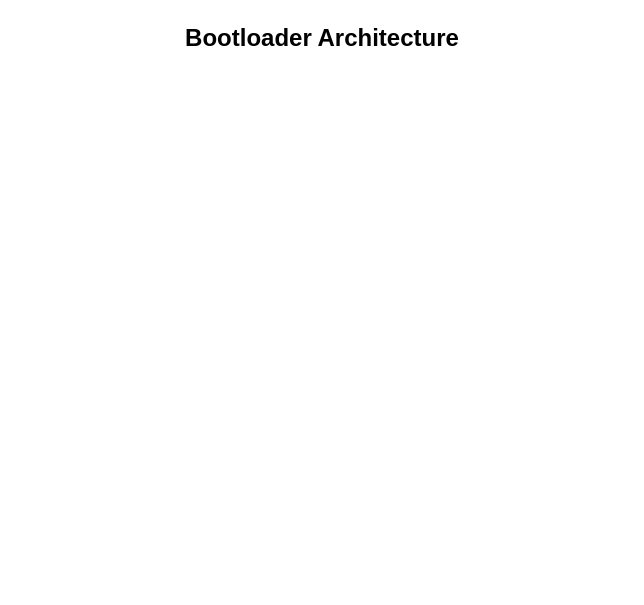
brajogopal/HEXBOOT_F0 keeps this draw.io diagram as page "06 - Bootloader Architecture" (6 of 9) of docs/Architecture.drawio. Above is the earlier version. Source tidied: cells renumbered, new cells numbered last; positions are measured from the earlier drawing's top-left corner, leaving out a move shared by most shapes. Both pictures are drawn from the tidied source at 100%, with x=0, y=0 at pixel (17, 17).
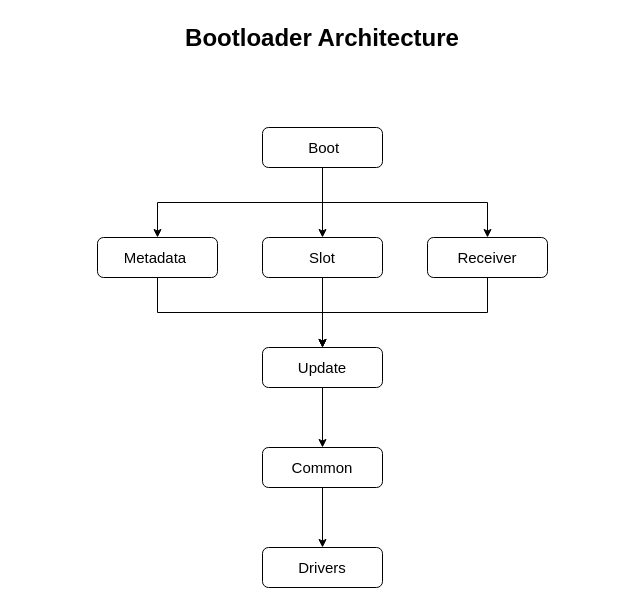
The same diagram, later.

Diff of the diagram source:
```diff
@@
 <mxGraphModel>
   <root>
     <mxCell id="0" />
     <mxCell id="1" parent="0" />
     <mxCell id="2" value="&lt;h1 style=&quot;margin-top: 0px;&quot;&gt;Bootloader Architecture&lt;/h1&gt;&lt;p&gt;&lt;br&gt;&lt;/p&gt;" style="text;html=1;whiteSpace=wrap;overflow=hidden;rounded=0;align=center;" parent="1" vertex="1">
       <mxGeometry width="610" height="120" as="geometry" />
     </mxCell>
+    <mxCell id="3" style="edgeStyle=orthogonalEdgeStyle;rounded=0;jettySize=auto;html=1;" parent="1" edge="1" source="6" target="10">
+      <mxGeometry relative="1" as="geometry" />
+    </mxCell>
+    <mxCell id="4" style="edgeStyle=orthogonalEdgeStyle;rounded=0;jettySize=auto;html=1;exitX=0.5;exitY=1;exitDx=0;exitDy=0;entryX=0.5;entryY=0;entryDx=0;entryDy=0;" parent="1" edge="1" source="6" target="8">
+      <mxGeometry relative="1" as="geometry" />
+    </mxCell>
+    <mxCell id="5" style="edgeStyle=orthogonalEdgeStyle;rounded=0;jettySize=auto;html=1;exitX=0.5;exitY=1;exitDx=0;exitDy=0;entryX=0.5;entryY=0;entryDx=0;entryDy=0;" parent="1" edge="1" source="6" target="12">
+      <mxGeometry relative="1" as="geometry" />
+    </mxCell>
+    <mxCell id="6" value="&amp;nbsp;&lt;font style=&quot;font-size: 15px;&quot;&gt;Boot&lt;/font&gt;" style="rounded=1;whiteSpace=wrap;html=1;" parent="1" vertex="1">
+      <mxGeometry x="245" y="110" width="120" height="40" as="geometry" />
+    </mxCell>
+    <mxCell id="7" style="edgeStyle=orthogonalEdgeStyle;rounded=0;jettySize=auto;html=1;exitX=0.5;exitY=1;exitDx=0;exitDy=0;entryX=0.5;entryY=0;entryDx=0;entryDy=0;" parent="1" edge="1" source="8" target="14">
+      <mxGeometry relative="1" as="geometry" />
+    </mxCell>
+    <mxCell id="8" value="&lt;font style=&quot;font-size: 15px;&quot;&gt;Metadata&amp;nbsp;&lt;/font&gt;" style="rounded=1;whiteSpace=wrap;html=1;" parent="1" vertex="1">
+      <mxGeometry x="80" y="220" width="120" height="40" as="geometry" />
+    </mxCell>
+    <mxCell id="9" style="edgeStyle=orthogonalEdgeStyle;rounded=0;jettySize=auto;html=1;" parent="1" edge="1" source="10" target="14">
+      <mxGeometry relative="1" as="geometry" />
+    </mxCell>
+    <mxCell id="10" value="&lt;font style=&quot;font-size: 15px;&quot;&gt;Slot&lt;/font&gt;" style="rounded=1;whiteSpace=wrap;html=1;" parent="1" vertex="1">
+      <mxGeometry x="245" y="220" width="120" height="40" as="geometry" />
+    </mxCell>
+    <mxCell id="11" style="edgeStyle=orthogonalEdgeStyle;rounded=0;jettySize=auto;html=1;exitX=0.5;exitY=1;exitDx=0;exitDy=0;entryX=0.5;entryY=0;entryDx=0;entryDy=0;" parent="1" edge="1" source="12" target="14">
+      <mxGeometry relative="1" as="geometry" />
+    </mxCell>
+    <mxCell id="12" value="&lt;font style=&quot;font-size: 15px;&quot;&gt;Receiver&lt;/font&gt;" style="rounded=1;whiteSpace=wrap;html=1;" parent="1" vertex="1">
+      <mxGeometry x="410" y="220" width="120" height="40" as="geometry" />
+    </mxCell>
+    <mxCell id="13" style="edgeStyle=orthogonalEdgeStyle;rounded=0;jettySize=auto;html=1;" parent="1" edge="1" source="14" target="16">
+      <mxGeometry relative="1" as="geometry" />
+    </mxCell>
+    <mxCell id="14" value="&lt;font style=&quot;font-size: 15px;&quot;&gt;Update&lt;/font&gt;" style="rounded=1;whiteSpace=wrap;html=1;" parent="1" vertex="1">
+      <mxGeometry x="245" y="330" width="120" height="40" as="geometry" />
+    </mxCell>
+    <mxCell id="15" style="edgeStyle=orthogonalEdgeStyle;rounded=0;jettySize=auto;html=1;" parent="1" edge="1" source="16" target="17">
+      <mxGeometry relative="1" as="geometry" />
+    </mxCell>
+    <mxCell id="16" value="&lt;font style=&quot;font-size: 15px;&quot;&gt;Common&lt;/font&gt;" style="rounded=1;whiteSpace=wrap;html=1;" parent="1" vertex="1">
+      <mxGeometry x="245" y="430" width="120" height="40" as="geometry" />
+    </mxCell>
+    <mxCell id="17" value="&lt;font style=&quot;font-size: 15px;&quot;&gt;Drivers&lt;/font&gt;" style="rounded=1;whiteSpace=wrap;html=1;" parent="1" vertex="1">
+      <mxGeometry x="245" y="530" width="120" height="40" as="geometry" />
+    </mxCell>
   </root>
 </mxGraphModel>
```
